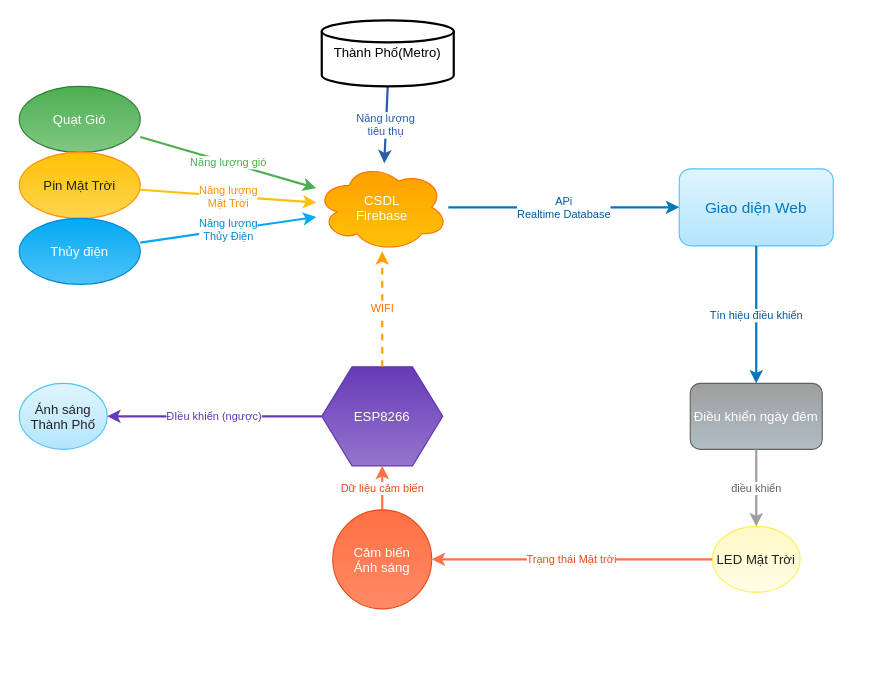
Above: Untitled Diagram.drawio in NguyenLoc25/smart-urban (draw.io), before the change. Source tidied: cells renumbered, new cells numbered last; positions are measured from the earlier drawing's top-left corner, leaving out a move shared by most shapes. Both pictures are drawn from the tidied source at 110%, with x=0, y=0 at pixel (19, 20).
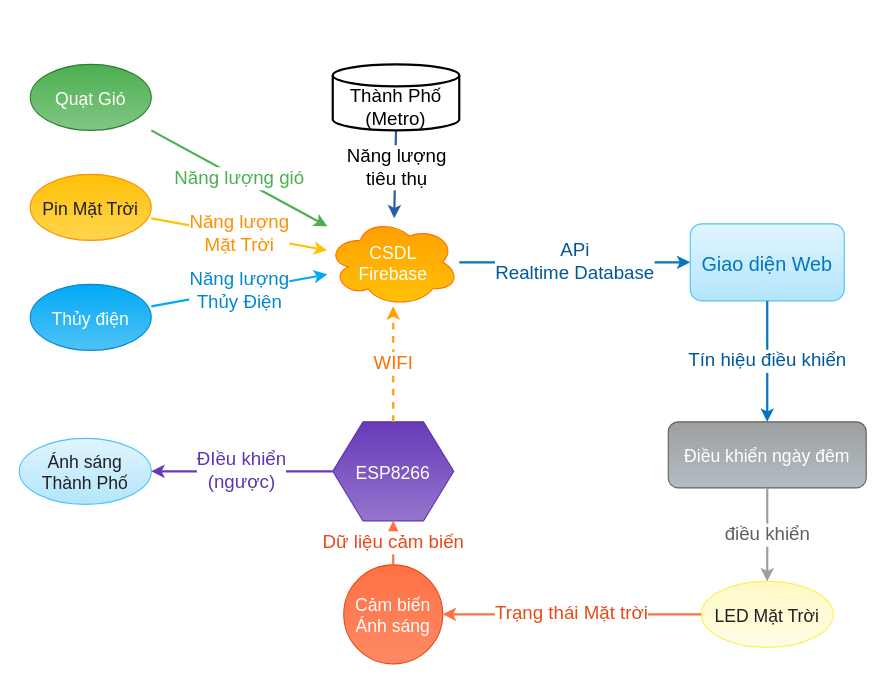
The same page after the edit.

What changed in the source:
```diff
@@
-    <mxCell id="2" value="Quạt Gió" style="shape=ellipse;fillColor=#4CAF50;strokeColor=#2E7D32;gradientColor=#81C784;fontColor=#FFFFFF;fontSize=12;" parent="1" vertex="1">
-      <mxGeometry y="60" width="110" height="60" as="geometry" />
+    <mxCell id="2" value="Quạt Gió" style="shape=ellipse;fillColor=#4CAF50;strokeColor=#2E7D32;gradientColor=#81C784;fontColor=#FFFFFF;fontSize=16;" parent="1" vertex="1">
+      <mxGeometry x="10" y="40" width="110" height="60" as="geometry" />
     </mxCell>
-    <mxCell id="3" value="Pin Mặt Trời" style="shape=ellipse;fillColor=#FFC107;strokeColor=#FF8F00;gradientColor=#FFD54F;fontColor=#212121;fontSize=12;" parent="1" vertex="1">
-      <mxGeometry y="120" width="110" height="60" as="geometry" />
+    <mxCell id="3" value="Pin Mặt Trời" style="shape=ellipse;fillColor=#FFC107;strokeColor=#FF8F00;gradientColor=#FFD54F;fontColor=#212121;fontSize=16;" parent="1" vertex="1">
+      <mxGeometry x="10" y="140" width="110" height="60" as="geometry" />
     </mxCell>
-    <mxCell id="4" value="Thủy điện" style="shape=ellipse;fillColor=#03A9F4;strokeColor=#0288D1;gradientColor=#4FC3F7;fontColor=#FFFFFF;fontSize=12;" parent="1" vertex="1">
-      <mxGeometry y="180" width="110" height="60" as="geometry" />
+    <mxCell id="4" value="Thủy điện" style="shape=ellipse;fillColor=#03A9F4;strokeColor=#0288D1;gradientColor=#4FC3F7;fontColor=#FFFFFF;fontSize=16;" parent="1" vertex="1">
+      <mxGeometry x="10" y="240" width="110" height="60" as="geometry" />
     </mxCell>
-    <mxCell id="5" value="Cảm biến&#10;Ánh sáng" style="shape=ellipse;fillColor=#FF7043;strokeColor=#E64A19;gradientColor=#FF8A65;fontColor=#FFFFFF;fontSize=12;" parent="1" vertex="1">
-      <mxGeometry x="285" y="445" width="90" height="90" as="geometry" />
+    <mxCell id="5" value="Cảm biến&#10;Ánh sáng" style="shape=ellipse;fillColor=#FF7043;strokeColor=#E64A19;gradientColor=#FF8A65;fontColor=#FFFFFF;fontSize=16;" parent="1" vertex="1">
+      <mxGeometry x="295" y="495" width="90" height="90" as="geometry" />
     </mxCell>
-    <mxCell id="6" value="ESP8266" style="shape=hexagon;fillColor=#673AB7;strokeColor=#5E35B1;gradientColor=#9575CD;fontColor=#FFFFFF;fontSize=12;" parent="1" vertex="1">
-      <mxGeometry x="275" y="315" width="110" height="90" as="geometry" />
+    <mxCell id="6" value="ESP8266" style="shape=hexagon;fillColor=#673AB7;strokeColor=#5E35B1;gradientColor=#9575CD;fontColor=#FFFFFF;fontSize=16;" parent="1" vertex="1">
+      <mxGeometry x="285" y="365" width="110" height="90" as="geometry" />
     </mxCell>
-    <mxCell id="7" value="LED Mặt Trời" style="shape=ellipse;fillColor=#FFF9C4;strokeColor=#FFEE58;gradientColor=#FFFDE7;fontColor=#212121;fontSize=12;" parent="1" vertex="1">
-      <mxGeometry x="630" y="460" width="80" height="60" as="geometry" />
+    <mxCell id="7" value="LED Mặt Trời" style="shape=ellipse;fillColor=#FFF9C4;strokeColor=#FFEE58;gradientColor=#FFFDE7;fontColor=#212121;fontSize=16;" parent="1" vertex="1">
+      <mxGeometry x="620" y="510" width="120" height="60" as="geometry" />
     </mxCell>
-    <mxCell id="8" value="Ánh sáng&#10;Thành Phố" style="shape=ellipse;fillColor=#E1F5FE;strokeColor=#4FC3F7;gradientColor=#B3E5FC;fontColor=#212121;fontSize=12;" parent="1" vertex="1">
-      <mxGeometry y="330" width="80" height="60" as="geometry" />
+    <mxCell id="8" value="Ánh sáng&#10;Thành Phố" style="shape=ellipse;fillColor=#E1F5FE;strokeColor=#4FC3F7;gradientColor=#B3E5FC;fontColor=#212121;fontSize=16;" parent="1" vertex="1">
+      <mxGeometry y="380" width="120" height="60" as="geometry" />
     </mxCell>
-    <mxCell id="9" value="CSDL&#10;Firebase" style="shape=cloud;fillColor=#FFA000;strokeColor=#FF6F00;gradientColor=#FFC107;fontColor=#FFFFFF;fontSize=12;" parent="1" vertex="1">
-      <mxGeometry x="270" y="130" width="120" height="80" as="geometry" />
+    <mxCell id="9" value="CSDL&#10;Firebase" style="shape=cloud;fillColor=#FFA000;strokeColor=#FF6F00;gradientColor=#FFC107;fontColor=#FFFFFF;fontSize=16;" parent="1" vertex="1">
+      <mxGeometry x="280" y="180" width="120" height="80" as="geometry" />
     </mxCell>
-    <mxCell id="10" value="Giao diện Web" style="shape=rectangle;rounded=1;fillColor=#E1F5FE;strokeColor=#4FC3F7;gradientColor=#B3E5FC;fontColor=#0277BD;fontSize=14;" parent="1" vertex="1">
-      <mxGeometry x="600" y="135" width="140" height="70" as="geometry" />
+    <mxCell id="10" value="Giao diện Web" style="shape=rectangle;rounded=1;fillColor=#E1F5FE;strokeColor=#4FC3F7;gradientColor=#B3E5FC;fontColor=#0277BD;fontSize=18;" parent="1" vertex="1">
+      <mxGeometry x="610" y="185" width="140" height="70" as="geometry" />
     </mxCell>
-    <mxCell id="11" value="Điều khiển ngày đêm" style="shape=rectangle;rounded=1;fillColor=#9E9E9E;strokeColor=#616161;gradientColor=#B0BEC5;fontColor=#FFFFFF;fontSize=12;" parent="1" vertex="1">
-      <mxGeometry x="610" y="330" width="120" height="60" as="geometry" />
+    <mxCell id="11" value="Điều khiển ngày đêm" style="shape=rectangle;rounded=1;fillColor=#9E9E9E;strokeColor=#616161;gradientColor=#B0BEC5;fontColor=#FFFFFF;fontSize=16;" parent="1" vertex="1">
+      <mxGeometry x="590" y="365" width="180" height="60" as="geometry" />
     </mxCell>
-    <mxCell id="12" value="Năng lượng&lt;br&gt;tiêu thụ" style="edgeStyle=none;endArrow=classic;html=1;strokeWidth=2;strokeColor=#2A5CAA;fontSize=10;fontColor=#2A5CAA;exitX=0.5;exitY=1;exitDx=0;exitDy=0;exitPerimeter=0;" parent="1" edge="1" source="23" target="9">
-      <mxGeometry relative="1" as="geometry" />
+    <mxCell id="12" style="edgeStyle=none;endArrow=classic;html=1;strokeWidth=2;strokeColor=#2A5CAA;fontSize=12;fontColor=#2A5CAA;exitX=0.5;exitY=1;exitDx=0;exitDy=0;exitPerimeter=0;" parent="1" edge="1" source="23" target="9">
+      <mxGeometry x="0.04" y="111" relative="1" as="geometry" />
     </mxCell>
+    <mxCell id="24" value="&lt;font style=&quot;color: rgb(0, 0, 0);&quot;&gt;&lt;span style=&quot;font-size: 17px;&quot;&gt;Năng lượng&lt;/span&gt;&lt;br style=&quot;font-size: 17px;&quot;&gt;&lt;span style=&quot;font-size: 17px;&quot;&gt;tiêu thụ&lt;/span&gt;&lt;/font&gt;" style="edgeLabel;html=1;align=center;verticalAlign=middle;" parent="12" vertex="1">
+      <mxGeometry x="-0.17" y="1" relative="1" as="geometry" />
+    </mxCell>
-    <mxCell id="13" value="Năng lượng gió" style="edgeStyle=none;endArrow=classic;html=1;strokeWidth=2;strokeColor=#4CAF50;fontSize=10;fontColor=#4CAF50;" parent="1" edge="1" source="2" target="9">
+    <mxCell id="13" value="&lt;font style=&quot;font-size: 17px;&quot;&gt;Năng lượng gió&lt;/font&gt;" style="edgeStyle=none;endArrow=classic;html=1;strokeWidth=2;strokeColor=#4CAF50;fontSize=12;fontColor=#4CAF50;" parent="1" edge="1" source="2" target="9">
       <mxGeometry relative="1" as="geometry" />
     </mxCell>
-    <mxCell id="14" value="Năng lượng&lt;br&gt;Mặt Trời" style="edgeStyle=none;endArrow=classic;html=1;strokeWidth=2;strokeColor=#FFC107;fontSize=10;fontColor=#FF8F00;" parent="1" edge="1" source="3" target="9">
+    <mxCell id="14" value="&lt;font style=&quot;font-size: 17px;&quot;&gt;Năng lượng&lt;br&gt;Mặt Trời&lt;/font&gt;" style="edgeStyle=none;endArrow=classic;html=1;strokeWidth=2;strokeColor=#FFC107;fontSize=12;fontColor=#FF8F00;" parent="1" edge="1" source="3" target="9">
       <mxGeometry relative="1" as="geometry" />
     </mxCell>
-    <mxCell id="15" value="Năng lượng&lt;br&gt;Thủy Điện" style="edgeStyle=none;endArrow=classic;html=1;strokeWidth=2;strokeColor=#03A9F4;fontSize=10;fontColor=#0288D1;" parent="1" edge="1" source="4" target="9">
+    <mxCell id="15" value="&lt;font style=&quot;font-size: 17px;&quot;&gt;Năng lượng&lt;br&gt;Thủy Điện&lt;/font&gt;" style="edgeStyle=none;endArrow=classic;html=1;strokeWidth=2;strokeColor=#03A9F4;fontSize=12;fontColor=#0288D1;" parent="1" edge="1" source="4" target="9">
       <mxGeometry relative="1" as="geometry" />
     </mxCell>
-    <mxCell id="16" value="Trạng thái Mặt trời" style="edgeStyle=none;endArrow=classic;html=1;strokeWidth=2;strokeColor=#FF7043;fontSize=10;fontColor=#E64A19;" parent="1" edge="1" source="7" target="5">
+    <mxCell id="16" value="&lt;font style=&quot;font-size: 17px;&quot;&gt;Trạng thái Mặt trời&lt;/font&gt;" style="edgeStyle=none;endArrow=classic;html=1;strokeWidth=2;strokeColor=#FF7043;fontSize=12;fontColor=#E64A19;" parent="1" edge="1" source="7" target="5">
       <mxGeometry relative="1" as="geometry" />
     </mxCell>
-    <mxCell id="17" value="Dữ liệu cảm biến" style="edgeStyle=none;endArrow=classic;html=1;strokeWidth=2;strokeColor=#FF7043;fontSize=10;fontColor=#E64A19;" parent="1" edge="1" source="5" target="6">
+    <mxCell id="17" value="&lt;font style=&quot;font-size: 17px;&quot;&gt;Dữ liệu cảm biến&lt;/font&gt;" style="edgeStyle=none;endArrow=classic;html=1;strokeWidth=2;strokeColor=#FF7043;fontSize=12;fontColor=#E64A19;" parent="1" edge="1" source="5" target="6">
       <mxGeometry relative="1" as="geometry" />
     </mxCell>
-    <mxCell id="18" value="ĐIều khiển (ngược)" style="edgeStyle=none;endArrow=classic;html=1;strokeWidth=2;strokeColor=#673AB7;fontSize=10;fontColor=#5E35B1;" parent="1" edge="1" source="6" target="8">
+    <mxCell id="18" value="&lt;font style=&quot;font-size: 17px;&quot;&gt;ĐIều khiển&lt;br&gt;(ngược)&lt;/font&gt;" style="edgeStyle=none;endArrow=classic;html=1;strokeWidth=2;strokeColor=#673AB7;fontSize=12;fontColor=#5E35B1;" parent="1" edge="1" source="6" target="8">
       <mxGeometry relative="1" as="geometry" />
     </mxCell>
-    <mxCell id="19" value="WIFI" style="edgeStyle=none;endArrow=classic;html=1;strokeWidth=2;strokeColor=#FFA000;fontSize=10;fontColor=#FF6F00;dashed=1;" parent="1" edge="1" source="6" target="9">
+    <mxCell id="19" value="&lt;font style=&quot;font-size: 17px;&quot;&gt;WIFI&lt;/font&gt;" style="edgeStyle=none;endArrow=classic;html=1;strokeWidth=2;strokeColor=#FFA000;fontSize=12;fontColor=#FF6F00;dashed=1;" parent="1" edge="1" source="6" target="9">
       <mxGeometry relative="1" as="geometry" />
     </mxCell>
-    <mxCell id="20" value="APi&lt;br&gt;Realtime Database" style="edgeStyle=none;endArrow=classic;html=1;strokeWidth=2;strokeColor=#0277BD;fontSize=10;fontColor=#01579B;" parent="1" edge="1" source="9" target="10">
+    <mxCell id="20" value="&lt;font style=&quot;font-size: 17px;&quot;&gt;APi&lt;br&gt;Realtime Database&lt;/font&gt;" style="edgeStyle=none;endArrow=classic;html=1;strokeWidth=2;strokeColor=#0277BD;fontSize=12;fontColor=#01579B;" parent="1" edge="1" source="9" target="10">
       <mxGeometry relative="1" as="geometry" />
     </mxCell>
-    <mxCell id="21" value="Tín hiệu điều khiển" style="edgeStyle=none;endArrow=classic;html=1;strokeWidth=2;strokeColor=#0277BD;fontSize=10;fontColor=#01579B;" parent="1" edge="1" source="10" target="11">
+    <mxCell id="21" value="&lt;font style=&quot;font-size: 17px;&quot;&gt;Tín hiệu điều khiển&lt;/font&gt;" style="edgeStyle=none;endArrow=classic;html=1;strokeWidth=2;strokeColor=#0277BD;fontSize=12;fontColor=#01579B;entryX=0.5;entryY=0;entryDx=0;entryDy=0;" parent="1" edge="1" source="10" target="11">
       <mxGeometry relative="1" as="geometry" />
     </mxCell>
-    <mxCell id="22" value="điều khiển" style="edgeStyle=none;endArrow=classic;html=1;strokeWidth=2;strokeColor=#9E9E9E;fontSize=10;fontColor=#616161;" parent="1" edge="1" source="11" target="7">
+    <mxCell id="22" value="&lt;font style=&quot;font-size: 17px;&quot;&gt;điều khiển&lt;/font&gt;" style="edgeStyle=none;endArrow=classic;html=1;strokeWidth=2;strokeColor=#9E9E9E;fontSize=12;fontColor=#616161;exitX=0.5;exitY=1;exitDx=0;exitDy=0;" parent="1" edge="1" source="11" target="7">
       <mxGeometry relative="1" as="geometry" />
     </mxCell>
-    <mxCell id="23" value="Thành Phố(Metro)" style="strokeWidth=2;html=1;shape=mxgraph.flowchart.database;whiteSpace=wrap;" parent="1" vertex="1">
-      <mxGeometry x="275" width="120" height="60" as="geometry" />
+    <mxCell id="23" value="&lt;div&gt;&lt;font style=&quot;font-size: 17px;&quot;&gt;&lt;br&gt;&lt;/font&gt;&lt;/div&gt;&lt;font style=&quot;font-size: 17px;&quot;&gt;Thành Phố&lt;br&gt;(Metro)&lt;/font&gt;" style="strokeWidth=2;html=1;shape=mxgraph.flowchart.database;whiteSpace=wrap;fontSize=16;" parent="1" vertex="1">
+      <mxGeometry x="285" y="40" width="115" height="60" as="geometry" />
     </mxCell>
```
